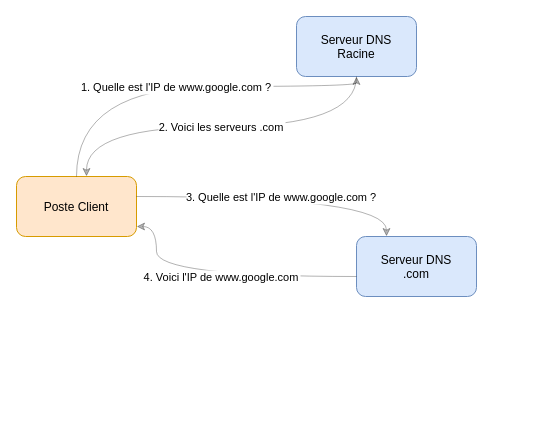
Earlier version of the draw.io diagram diagrams/requetes_dns_iterative.drawio (choquitofrito/ActiveDirectory). Source tidied: cells renumbered, new cells numbered last; positions are measured from the earlier drawing's top-left corner, leaving out a move shared by most shapes. Both pictures are drawn from the tidied source at 100%, with x=0, y=0 at pixel (16, 16).
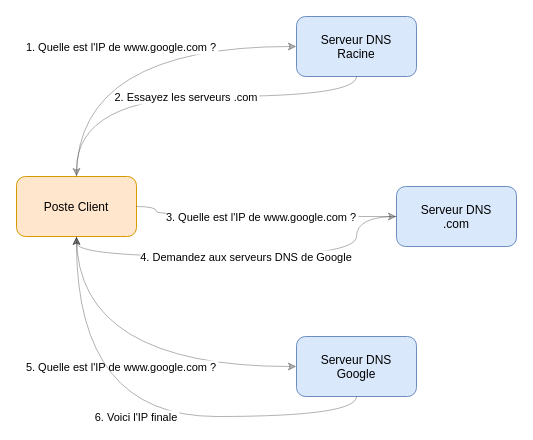
Above is the later version.

The change refers to these unchanged cells:
```xml
<mxCell id="2" value="Poste Client" style="rounded=1;fillColor=#ffe6cc;strokeColor=#d79b00;" parent="1" vertex="1">
  <mxGeometry y="160" width="120" height="60" as="geometry" />
</mxCell>
<mxCell id="3" value="Serveur DNS&#10;Racine" style="rounded=1;fillColor=#dae8fc;strokeColor=#6c8ebf;" parent="1" vertex="1">
  <mxGeometry x="280" width="120" height="60" as="geometry" />
</mxCell>
```

Diff of the diagram source:
```diff
@@
     <mxCell id="4" value="Serveur DNS&#10;.com" style="rounded=1;fillColor=#dae8fc;strokeColor=#6c8ebf;" parent="1" vertex="1">
-      <mxGeometry x="340" y="220" width="120" height="60" as="geometry" />
+      <mxGeometry x="380" y="170" width="120" height="60" as="geometry" />
     </mxCell>
+    <mxCell id="9" value="Serveur DNS&#10;Google" style="rounded=1;fillColor=#dae8fc;strokeColor=#6c8ebf;" parent="1" vertex="1">
+      <mxGeometry x="280" y="320" width="120" height="60" as="geometry" />
+    </mxCell>
     <mxCell id="5" value="1. Quelle est l'IP de www.google.com ?" style="edgeStyle=orthogonalEdgeStyle;curved=1;opacity=30;" parent="1" edge="1" source="2" target="3">
       <mxGeometry relative="1" as="geometry">
         <Array as="points">
-          <mxPoint x="60" y="70" />
-          <mxPoint x="340" y="70" />
+          <mxPoint x="60" y="30" />
         </Array>
       </mxGeometry>
     </mxCell>
-    <mxCell id="6" value="2. Voici les serveurs .com" style="edgeStyle=orthogonalEdgeStyle;curved=1;opacity=30;" parent="1" edge="1" source="3" target="2">
+    <mxCell id="6" value="2. Essayez les serveurs .com" style="edgeStyle=orthogonalEdgeStyle;curved=1;opacity=30;" parent="1" edge="1" source="3" target="2">
       <mxGeometry relative="1" as="geometry">
         <Array as="points">
-          <mxPoint x="340" y="110" />
-          <mxPoint x="70" y="110" />
+          <mxPoint x="340" y="80" />
+          <mxPoint x="60" y="80" />
         </Array>
       </mxGeometry>
     </mxCell>
     <mxCell id="7" value="3. Quelle est l'IP de www.google.com ?" style="edgeStyle=orthogonalEdgeStyle;curved=1;opacity=30;" parent="1" edge="1" source="2" target="4">
       <mxGeometry relative="1" as="geometry">
         <Array as="points">
-          <mxPoint x="370" y="180" />
+          <mxPoint x="140" y="190" />
         </Array>
       </mxGeometry>
     </mxCell>
-    <mxCell id="8" value="4. Voici l'IP de www.google.com" style="edgeStyle=orthogonalEdgeStyle;curved=1;opacity=30;" parent="1" edge="1" source="4" target="2">
+    <mxCell id="8" value="4. Demandez aux serveurs DNS de Google" style="edgeStyle=orthogonalEdgeStyle;curved=1;opacity=30;" parent="1" edge="1" source="4" target="2">
       <mxGeometry relative="1" as="geometry">
         <Array as="points">
-          <mxPoint x="385" y="260" />
-          <mxPoint x="140" y="260" />
-          <mxPoint x="140" y="210" />
+          <mxPoint x="340" y="240" />
+          <mxPoint x="60" y="240" />
         </Array>
       </mxGeometry>
     </mxCell>
+    <mxCell id="10" value="5. Quelle est l'IP de www.google.com ?" style="edgeStyle=orthogonalEdgeStyle;curved=1;opacity=30;" parent="1" edge="1" source="2" target="9">
+      <mxGeometry relative="1" as="geometry">
+        <Array as="points">
+          <mxPoint x="60" y="350" />
+        </Array>
+      </mxGeometry>
+    </mxCell>
+    <mxCell id="11" value="6. Voici l'IP finale" style="edgeStyle=orthogonalEdgeStyle;curved=1;opacity=30;" parent="1" edge="1" source="9" target="2">
+      <mxGeometry relative="1" as="geometry">
+        <Array as="points">
+          <mxPoint x="340" y="400" />
+          <mxPoint x="60" y="400" />
+        </Array>
+      </mxGeometry>
+    </mxCell>
```
